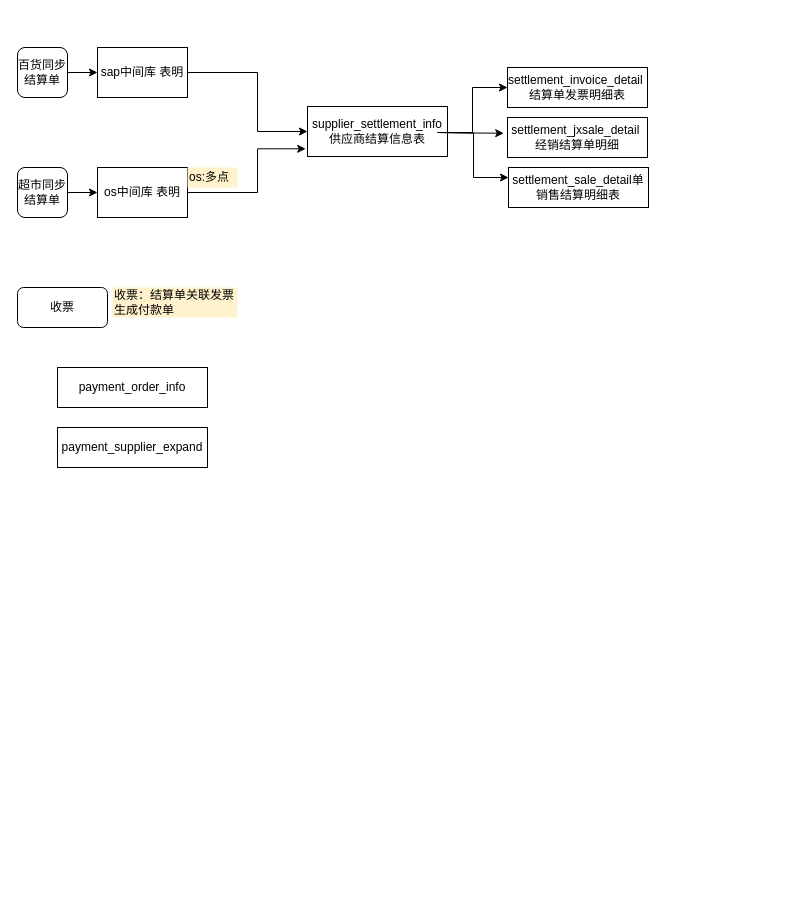
beyondscl/draw keeps this draw.io diagram as fssc.drawio. Above is the earlier version. Source tidied: cells renumbered, new cells numbered last; positions are measured from the earlier drawing's top-left corner, leaving out a move shared by most shapes. Both pictures are drawn from the tidied source at 100%, with x=0, y=0 at pixel (17, 47).
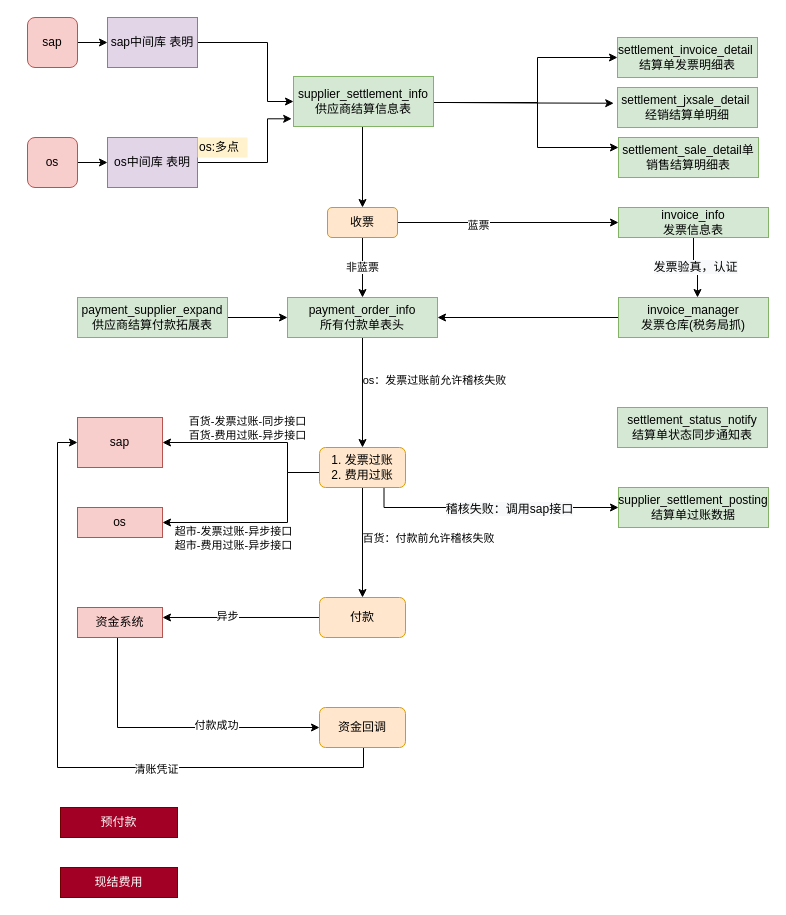
The same page after the edit.

What changed in the source:
```diff
@@
-    <mxCell id="2" style="edgeStyle=orthogonalEdgeStyle;rounded=0;jettySize=auto;html=1;exitX=1;exitY=0.5;exitDx=0;exitDy=0;entryX=0;entryY=0.5;entryDx=0;entryDy=0;" parent="1" edge="1" source="3" target="5">
-      <mxGeometry relative="1" as="geometry" />
-    </mxCell>
-    <mxCell id="3" value="百货同步结算单" style="rounded=1;whiteSpace=wrap;html=1;fillColor=none;" parent="1" vertex="1">
-      <mxGeometry width="50" height="50" as="geometry" />
-    </mxCell>
+    <mxCell id="22" style="edgeStyle=orthogonalEdgeStyle;rounded=0;jettySize=auto;html=1;exitX=1;exitY=0.5;exitDx=0;exitDy=0;entryX=0;entryY=0.5;entryDx=0;entryDy=0;" parent="1" edge="1" source="23" target="5">
+      <mxGeometry relative="1" as="geometry" />
+    </mxCell>
+    <mxCell id="23" value="sap" style="rounded=1;whiteSpace=wrap;html=1;fillColor=#f8cecc;strokeColor=#b85450;" parent="1" vertex="1">
+      <mxGeometry x="10" y="-30" width="50" height="50" as="geometry" />
+    </mxCell>
     <mxCell id="4" style="edgeStyle=orthogonalEdgeStyle;rounded=0;jettySize=auto;html=1;exitX=1;exitY=0.5;exitDx=0;exitDy=0;entryX=0;entryY=0.5;entryDx=0;entryDy=0;" parent="1" edge="1" source="5" target="9">
       <mxGeometry relative="1" as="geometry">
         <Array as="points">
-          <mxPoint x="240" y="25" />
-          <mxPoint x="240" y="84" />
+          <mxPoint x="250" y="-5" />
+          <mxPoint x="250" y="54" />
         </Array>
       </mxGeometry>
     </mxCell>
-    <mxCell id="5" value="&lt;span&gt;sap中间库&amp;nbsp;表明&lt;/span&gt;" style="rounded=0;whiteSpace=wrap;html=1;fillColor=none;" parent="1" vertex="1">
-      <mxGeometry x="80" width="90" height="50" as="geometry" />
+    <mxCell id="5" value="&lt;span&gt;sap中间库&amp;nbsp;表明&lt;/span&gt;" style="rounded=0;whiteSpace=wrap;html=1;fillColor=#e1d5e7;strokeColor=#9673a6;" parent="1" vertex="1">
+      <mxGeometry x="90" y="-30" width="90" height="50" as="geometry" />
     </mxCell>
-    <mxCell id="6" style="edgeStyle=orthogonalEdgeStyle;rounded=0;jettySize=auto;html=1;entryX=0;entryY=0.5;entryDx=0;entryDy=0;exitX=1;exitY=0.5;exitDx=0;exitDy=0;" parent="1" edge="1" target="10">
-      <mxGeometry relative="1" as="geometry">
-        <mxPoint x="420" y="85" as="sourcePoint" />
-        <Array as="points">
-          <mxPoint x="455" y="85" />
-          <mxPoint x="455" y="40" />
-        </Array>
-      </mxGeometry>
-    </mxCell>
-    <mxCell id="7" style="edgeStyle=orthogonalEdgeStyle;rounded=0;jettySize=auto;html=1;entryX=-0.027;entryY=0.393;entryDx=0;entryDy=0;entryPerimeter=0;" parent="1" edge="1" target="11">
-      <mxGeometry relative="1" as="geometry">
-        <mxPoint x="420" y="85" as="sourcePoint" />
-      </mxGeometry>
-    </mxCell>
-    <mxCell id="8" style="edgeStyle=orthogonalEdgeStyle;rounded=0;jettySize=auto;html=1;entryX=0;entryY=0.25;entryDx=0;entryDy=0;" parent="1" edge="1" target="12">
-      <mxGeometry relative="1" as="geometry">
-        <mxPoint x="420" y="85" as="sourcePoint" />
-      </mxGeometry>
-    </mxCell>
+    <mxCell id="24" style="edgeStyle=orthogonalEdgeStyle;rounded=0;jettySize=auto;html=1;entryX=0;entryY=0.5;entryDx=0;entryDy=0;exitX=1;exitY=0.5;exitDx=0;exitDy=0;" parent="1" edge="1" target="10">
+      <mxGeometry relative="1" as="geometry">
+        <mxPoint x="430" y="55" as="sourcePoint" />
+        <Array as="points">
+          <mxPoint x="520" y="55" />
+          <mxPoint x="520" y="10" />
+        </Array>
+      </mxGeometry>
+    </mxCell>
+    <mxCell id="25" style="edgeStyle=orthogonalEdgeStyle;rounded=0;jettySize=auto;html=1;entryX=-0.027;entryY=0.393;entryDx=0;entryDy=0;entryPerimeter=0;" parent="1" edge="1" target="11">
+      <mxGeometry relative="1" as="geometry">
+        <mxPoint x="430" y="55" as="sourcePoint" />
+      </mxGeometry>
+    </mxCell>
+    <mxCell id="26" style="edgeStyle=orthogonalEdgeStyle;rounded=0;jettySize=auto;html=1;entryX=0;entryY=0.25;entryDx=0;entryDy=0;exitX=1;exitY=0.5;exitDx=0;exitDy=0;" parent="1" edge="1" source="9" target="12">
+      <mxGeometry relative="1" as="geometry">
+        <Array as="points">
+          <mxPoint x="416" y="55" />
+          <mxPoint x="520" y="55" />
+          <mxPoint x="520" y="100" />
+        </Array>
+      </mxGeometry>
+    </mxCell>
+    <mxCell id="27" style="edgeStyle=orthogonalEdgeStyle;rounded=0;jettySize=auto;html=1;exitX=0.5;exitY=1;exitDx=0;exitDy=0;entryX=0.5;entryY=0;entryDx=0;entryDy=0;" parent="1" edge="1" source="9" target="17">
+      <mxGeometry relative="1" as="geometry">
+        <Array as="points">
+          <mxPoint x="345" y="79" />
+        </Array>
+      </mxGeometry>
+    </mxCell>
-    <mxCell id="9" value="supplier_settlement_info&lt;br&gt;供应商结算信息表" style="rounded=0;whiteSpace=wrap;html=1;fillColor=none;" parent="1" vertex="1">
-      <mxGeometry x="290" y="59" width="140" height="50" as="geometry" />
+    <mxCell id="9" value="supplier_settlement_info&lt;br&gt;供应商结算信息表" style="rounded=0;whiteSpace=wrap;html=1;fillColor=#d5e8d4;strokeColor=#82b366;" parent="1" vertex="1">
+      <mxGeometry x="276" y="29" width="140" height="50" as="geometry" />
     </mxCell>
-    <mxCell id="10" value="settlement_invoice_detail&amp;nbsp;&lt;br&gt;结算单发票明细表" style="rounded=0;whiteSpace=wrap;html=1;fillColor=none;" parent="1" vertex="1">
-      <mxGeometry x="490" y="20" width="140" height="40" as="geometry" />
+    <mxCell id="10" value="settlement_invoice_detail&amp;nbsp;&lt;br&gt;结算单发票明细表" style="rounded=0;whiteSpace=wrap;html=1;fillColor=#d5e8d4;strokeColor=#82b366;" parent="1" vertex="1">
+      <mxGeometry x="600" y="-10" width="140" height="40" as="geometry" />
     </mxCell>
-    <mxCell id="11" value="settlement_jxsale_detail&amp;nbsp;&lt;br&gt;经销结算单明细" style="rounded=0;whiteSpace=wrap;html=1;fillColor=none;" parent="1" vertex="1">
-      <mxGeometry x="490" y="70" width="140" height="40" as="geometry" />
+    <mxCell id="11" value="settlement_jxsale_detail&amp;nbsp;&lt;br&gt;经销结算单明细" style="rounded=0;whiteSpace=wrap;html=1;fillColor=#d5e8d4;strokeColor=#82b366;" parent="1" vertex="1">
+      <mxGeometry x="600" y="40" width="140" height="40" as="geometry" />
     </mxCell>
-    <mxCell id="12" value="settlement_sale_detail单销售结算明细表" style="rounded=0;whiteSpace=wrap;html=1;fillColor=none;" parent="1" vertex="1">
-      <mxGeometry x="491" y="120" width="140" height="40" as="geometry" />
+    <mxCell id="12" value="settlement_sale_detail单销售结算明细表" style="rounded=0;whiteSpace=wrap;html=1;fillColor=#d5e8d4;strokeColor=#82b366;" parent="1" vertex="1">
+      <mxGeometry x="601" y="90" width="140" height="40" as="geometry" />
     </mxCell>
-    <mxCell id="13" style="edgeStyle=orthogonalEdgeStyle;rounded=0;jettySize=auto;html=1;" parent="1" edge="1" source="14" target="16">
-      <mxGeometry relative="1" as="geometry" />
-    </mxCell>
-    <mxCell id="14" value="超市同步结算单" style="rounded=1;whiteSpace=wrap;html=1;fillColor=none;" parent="1" vertex="1">
-      <mxGeometry y="120" width="50" height="50" as="geometry" />
-    </mxCell>
+    <mxCell id="28" style="edgeStyle=orthogonalEdgeStyle;rounded=0;jettySize=auto;html=1;" parent="1" edge="1" source="29" target="16">
+      <mxGeometry relative="1" as="geometry" />
+    </mxCell>
+    <mxCell id="29" value="os" style="rounded=1;whiteSpace=wrap;html=1;fillColor=#f8cecc;strokeColor=#b85450;" parent="1" vertex="1">
+      <mxGeometry x="10" y="90" width="50" height="50" as="geometry" />
+    </mxCell>
     <mxCell id="15" style="edgeStyle=orthogonalEdgeStyle;rounded=0;jettySize=auto;html=1;entryX=-0.013;entryY=0.846;entryDx=0;entryDy=0;entryPerimeter=0;" parent="1" edge="1" source="16" target="9">
       <mxGeometry relative="1" as="geometry">
         <Array as="points">
-          <mxPoint x="240" y="145" />
-          <mxPoint x="240" y="101" />
+          <mxPoint x="250" y="115" />
+          <mxPoint x="250" y="71" />
         </Array>
       </mxGeometry>
     </mxCell>
-    <mxCell id="16" value="&lt;span&gt;os中间库&amp;nbsp;表明&lt;/span&gt;" style="rounded=0;whiteSpace=wrap;html=1;fillColor=none;" parent="1" vertex="1">
-      <mxGeometry x="80" y="120" width="90" height="50" as="geometry" />
+    <mxCell id="16" value="&lt;span&gt;os中间库&amp;nbsp;表明&lt;/span&gt;" style="rounded=0;whiteSpace=wrap;html=1;fillColor=#e1d5e7;strokeColor=#9673a6;" parent="1" vertex="1">
+      <mxGeometry x="90" y="90" width="90" height="50" as="geometry" />
     </mxCell>
+    <mxCell id="18" value="os:多点" style="text;html=1;strokeColor=none;fillColor=#FFF2CC;align=left;verticalAlign=middle;whiteSpace=wrap;rounded=0;" parent="1" vertex="1">
+      <mxGeometry x="180" y="90" width="50" height="20" as="geometry" />
+    </mxCell>
+    <mxCell id="30" style="edgeStyle=orthogonalEdgeStyle;rounded=0;jettySize=auto;html=1;" parent="1" edge="1" source="32" target="48">
+      <mxGeometry relative="1" as="geometry" />
+    </mxCell>
+    <mxCell id="31" value="os：发票过账前允许稽核失败" style="edgeLabel;html=1;align=center;verticalAlign=middle;" parent="30" vertex="1">
+      <mxGeometry x="-0.23" y="1" relative="1" as="geometry">
+        <mxPoint x="70" as="offset" />
+      </mxGeometry>
+    </mxCell>
+    <mxCell id="32" value="payment_order_info&lt;br&gt;所有付款单表头" style="rounded=0;whiteSpace=wrap;html=1;fillColor=#d5e8d4;strokeColor=#82b366;" parent="1" vertex="1">
+      <mxGeometry x="270" y="250" width="150" height="40" as="geometry" />
+    </mxCell>
+    <mxCell id="33" style="edgeStyle=orthogonalEdgeStyle;rounded=0;jettySize=auto;html=1;" parent="1" edge="1" source="34" target="32">
+      <mxGeometry relative="1" as="geometry" />
+    </mxCell>
+    <mxCell id="34" value="payment_supplier_expand&lt;br&gt;供应商结算付款拓展表" style="rounded=0;whiteSpace=wrap;html=1;fillColor=#d5e8d4;strokeColor=#82b366;" parent="1" vertex="1">
+      <mxGeometry x="60" y="250" width="150" height="40" as="geometry" />
+    </mxCell>
+    <mxCell id="35" value="settlement_status_notify&lt;br&gt;结算单状态同步通知表" style="rounded=0;whiteSpace=wrap;html=1;fillColor=#d5e8d4;strokeColor=#82b366;" parent="1" vertex="1">
+      <mxGeometry x="600" y="360" width="150" height="40" as="geometry" />
+    </mxCell>
+    <mxCell id="36" value="&lt;span style=&quot;color: rgb(0 , 0 , 0) ; font-family: &amp;#34;helvetica&amp;#34; ; font-size: 12px ; font-style: normal ; font-weight: 400 ; letter-spacing: normal ; text-align: left ; text-indent: 0px ; text-transform: none ; word-spacing: 0px ; background-color: rgb(248 , 249 , 250) ; display: inline ; float: none&quot;&gt;发票验真，认证&lt;/span&gt;" style="edgeStyle=orthogonalEdgeStyle;rounded=0;jettySize=auto;html=1;exitX=0.5;exitY=1;exitDx=0;exitDy=0;" parent="1" edge="1" source="37" target="39">
+      <mxGeometry relative="1" as="geometry">
+        <Array as="points">
+          <mxPoint x="676" y="220" />
+          <mxPoint x="680" y="220" />
+        </Array>
+      </mxGeometry>
+    </mxCell>
+    <mxCell id="37" value="invoice_info&lt;br&gt;发票信息表" style="rounded=0;whiteSpace=wrap;html=1;fillColor=#d5e8d4;strokeColor=#82b366;" parent="1" vertex="1">
+      <mxGeometry x="601" y="160" width="150" height="30" as="geometry" />
+    </mxCell>
+    <mxCell id="38" style="edgeStyle=orthogonalEdgeStyle;rounded=0;jettySize=auto;html=1;entryX=1;entryY=0.5;entryDx=0;entryDy=0;" parent="1" edge="1" source="39" target="32">
+      <mxGeometry relative="1" as="geometry" />
+    </mxCell>
+    <mxCell id="39" value="invoice_manager&lt;br&gt;发票仓库(税务局抓)" style="rounded=0;whiteSpace=wrap;html=1;fillColor=#d5e8d4;strokeColor=#82b366;" parent="1" vertex="1">
+      <mxGeometry x="601" y="250" width="150" height="40" as="geometry" />
+    </mxCell>
+    <mxCell id="40" style="edgeStyle=orthogonalEdgeStyle;rounded=0;jettySize=auto;html=1;entryX=1;entryY=0.5;entryDx=0;entryDy=0;" parent="1" edge="1" source="48" target="52">
+      <mxGeometry relative="1" as="geometry">
+        <Array as="points">
+          <mxPoint x="270" y="425" />
+          <mxPoint x="270" y="395" />
+        </Array>
+      </mxGeometry>
+    </mxCell>
+    <mxCell id="41" value="百货-发票过账-同步接口&lt;br&gt;百货-费用过账-异步接口" style="edgeLabel;html=1;align=center;verticalAlign=middle;" parent="40" vertex="1">
+      <mxGeometry x="0.83" y="3" relative="1" as="geometry">
+        <mxPoint x="68" y="-18" as="offset" />
+      </mxGeometry>
+    </mxCell>
+    <mxCell id="42" style="edgeStyle=orthogonalEdgeStyle;rounded=0;jettySize=auto;html=1;entryX=1;entryY=0.5;entryDx=0;entryDy=0;" parent="1" edge="1" source="48" target="53">
+      <mxGeometry relative="1" as="geometry">
+        <Array as="points">
+          <mxPoint x="270" y="425" />
+          <mxPoint x="270" y="475" />
+        </Array>
+      </mxGeometry>
+    </mxCell>
+    <mxCell id="43" value="超市-发票过账-异步接口&lt;br&gt;超市-费用过账-异步接口" style="edgeLabel;html=1;align=center;verticalAlign=middle;" parent="42" vertex="1">
+      <mxGeometry x="0.42" relative="1" as="geometry">
+        <mxPoint x="10" y="15" as="offset" />
+      </mxGeometry>
+    </mxCell>
+    <mxCell id="44" style="edgeStyle=orthogonalEdgeStyle;rounded=0;jettySize=auto;html=1;" parent="1" edge="1" source="48" target="56">
+      <mxGeometry relative="1" as="geometry" />
+    </mxCell>
+    <mxCell id="45" value="百货：付款前允许稽核失败" style="edgeLabel;html=1;align=center;verticalAlign=middle;" parent="44" vertex="1">
+      <mxGeometry x="-0.22" y="2" relative="1" as="geometry">
+        <mxPoint x="63" y="7" as="offset" />
+      </mxGeometry>
+    </mxCell>
+    <mxCell id="46" style="edgeStyle=orthogonalEdgeStyle;rounded=0;jettySize=auto;html=1;exitX=0.75;exitY=1;exitDx=0;exitDy=0;" parent="1" edge="1" source="48" target="63">
+      <mxGeometry relative="1" as="geometry">
+        <Array as="points">
+          <mxPoint x="367" y="460" />
+        </Array>
+      </mxGeometry>
+    </mxCell>
+    <mxCell id="47" value="&lt;span style=&quot;font-size: 12px ; background-color: rgb(248 , 249 , 250)&quot;&gt;稽核失败：调用sap接口&lt;/span&gt;" style="edgeLabel;html=1;align=center;verticalAlign=middle;" parent="46" vertex="1">
+      <mxGeometry x="0.14" y="-1" relative="1" as="geometry" />
+    </mxCell>
+    <mxCell id="48" value="1. 发票过账&lt;br&gt;2. 费用过账" style="rounded=1;whiteSpace=wrap;html=1;fillColor=#ffe6cc;strokeColor=#d79b00;" parent="1" vertex="1">
+      <mxGeometry x="302" y="400" width="86" height="40" as="geometry" />
+    </mxCell>
+    <mxCell id="49" style="edgeStyle=orthogonalEdgeStyle;rounded=0;jettySize=auto;html=1;" parent="1" edge="1" source="17" target="37">
+      <mxGeometry relative="1" as="geometry">
+        <Array as="points">
+          <mxPoint x="345" y="175" />
+        </Array>
+      </mxGeometry>
+    </mxCell>
+    <mxCell id="50" value="蓝票" style="edgeLabel;html=1;align=center;verticalAlign=middle;" parent="49" vertex="1">
+      <mxGeometry x="-0.28" y="-2" relative="1" as="geometry" />
+    </mxCell>
+    <mxCell id="51" value="非蓝票" style="edgeStyle=orthogonalEdgeStyle;rounded=0;jettySize=auto;html=1;" parent="1" edge="1" source="17" target="32">
+      <mxGeometry relative="1" as="geometry" />
+    </mxCell>
-    <mxCell id="17" value="收票" style="rounded=1;whiteSpace=wrap;html=1;fillColor=none;" parent="1" vertex="1">
-      <mxGeometry y="240" width="90" height="40" as="geometry" />
+    <mxCell id="17" value="收票" style="rounded=1;whiteSpace=wrap;html=1;fillColor=#ffe6cc;strokeColor=#d79b00;" parent="1" vertex="1">
+      <mxGeometry x="310" y="160" width="70" height="30" as="geometry" />
     </mxCell>
-    <mxCell id="18" value="os:多点" style="text;html=1;strokeColor=none;fillColor=#FFF2CC;align=left;verticalAlign=middle;whiteSpace=wrap;rounded=0;" parent="1" vertex="1">
-      <mxGeometry x="170" y="120" width="50" height="20" as="geometry" />
-    </mxCell>
-    <mxCell id="19" value="payment_order_info" style="rounded=0;whiteSpace=wrap;html=1;fillColor=none;" parent="1" vertex="1">
-      <mxGeometry x="40" y="320" width="150" height="40" as="geometry" />
-    </mxCell>
-    <mxCell id="20" value="payment_supplier_expand" style="rounded=0;whiteSpace=wrap;html=1;fillColor=none;" parent="1" vertex="1">
-      <mxGeometry x="40" y="380" width="150" height="40" as="geometry" />
-    </mxCell>
-    <mxCell id="21" value="收票：结算单关联发票生成付款单" style="text;html=1;strokeColor=none;fillColor=#FFF2CC;align=left;verticalAlign=middle;whiteSpace=wrap;rounded=0;" parent="1" vertex="1">
-      <mxGeometry x="95" y="240" width="125" height="30" as="geometry" />
-    </mxCell>
+    <mxCell id="52" value="sap" style="rounded=0;whiteSpace=wrap;html=1;fillColor=#f8cecc;strokeColor=#b85450;" parent="1" vertex="1">
+      <mxGeometry x="60" y="370" width="85" height="50" as="geometry" />
+    </mxCell>
+    <mxCell id="53" value="os" style="rounded=0;whiteSpace=wrap;html=1;fillColor=#f8cecc;strokeColor=#b85450;" parent="1" vertex="1">
+      <mxGeometry x="60" y="460" width="85" height="30" as="geometry" />
+    </mxCell>
+    <mxCell id="54" style="edgeStyle=orthogonalEdgeStyle;rounded=0;jettySize=auto;html=1;entryX=1;entryY=0.333;entryDx=0;entryDy=0;entryPerimeter=0;" parent="1" edge="1" source="56" target="59">
+      <mxGeometry relative="1" as="geometry" />
+    </mxCell>
+    <mxCell id="55" value="异步" style="edgeLabel;html=1;align=center;verticalAlign=middle;" parent="54" vertex="1">
+      <mxGeometry x="0.18" y="-1" relative="1" as="geometry" />
+    </mxCell>
+    <mxCell id="56" value="付款" style="rounded=1;whiteSpace=wrap;html=1;fillColor=#ffe6cc;strokeColor=#d79b00;" parent="1" vertex="1">
+      <mxGeometry x="302" y="550" width="86" height="40" as="geometry" />
+    </mxCell>
+    <mxCell id="57" style="edgeStyle=orthogonalEdgeStyle;rounded=0;jettySize=auto;html=1;entryX=0;entryY=0.5;entryDx=0;entryDy=0;" parent="1" edge="1" source="59" target="62">
+      <mxGeometry relative="1" as="geometry">
+        <Array as="points">
+          <mxPoint x="100" y="680" />
+        </Array>
+      </mxGeometry>
+    </mxCell>
+    <mxCell id="58" value="付款成功" style="edgeLabel;html=1;align=center;verticalAlign=middle;" parent="57" vertex="1">
+      <mxGeometry x="0.29" y="3" relative="1" as="geometry" />
+    </mxCell>
+    <mxCell id="59" value="资金系统" style="rounded=0;whiteSpace=wrap;html=1;fillColor=#f8cecc;strokeColor=#b85450;" parent="1" vertex="1">
+      <mxGeometry x="60" y="560" width="85" height="30" as="geometry" />
+    </mxCell>
+    <mxCell id="60" style="edgeStyle=orthogonalEdgeStyle;rounded=0;jettySize=auto;html=1;entryX=0;entryY=0.5;entryDx=0;entryDy=0;" parent="1" edge="1" source="62" target="52">
+      <mxGeometry relative="1" as="geometry">
+        <Array as="points">
+          <mxPoint x="346" y="720" />
+          <mxPoint x="40" y="720" />
+          <mxPoint x="40" y="395" />
+        </Array>
+      </mxGeometry>
+    </mxCell>
+    <mxCell id="61" value="清账凭证" style="edgeLabel;html=1;align=center;verticalAlign=middle;" parent="60" vertex="1">
+      <mxGeometry x="-0.32" y="1" relative="1" as="geometry" />
+    </mxCell>
+    <mxCell id="62" value="资金回调" style="rounded=1;whiteSpace=wrap;html=1;fillColor=#ffe6cc;strokeColor=#d79b00;" parent="1" vertex="1">
+      <mxGeometry x="302" y="660" width="86" height="40" as="geometry" />
+    </mxCell>
+    <mxCell id="63" value="supplier_settlement_posting&lt;br&gt;结算单过账数据" style="rounded=0;whiteSpace=wrap;html=1;fillColor=#d5e8d4;strokeColor=#82b366;" parent="1" vertex="1">
+      <mxGeometry x="601" y="440" width="150" height="40" as="geometry" />
+    </mxCell>
+    <mxCell id="64" value="预付款" style="rounded=0;whiteSpace=wrap;html=1;fillColor=#a20025;strokeColor=#6F0000;fontColor=#ffffff;" parent="1" vertex="1">
+      <mxGeometry x="43" y="760" width="117" height="30" as="geometry" />
+    </mxCell>
+    <mxCell id="65" value="现结费用" style="rounded=0;whiteSpace=wrap;html=1;fillColor=#a20025;strokeColor=#6F0000;fontColor=#ffffff;" parent="1" vertex="1">
+      <mxGeometry x="43" y="820" width="117" height="30" as="geometry" />
+    </mxCell>
```
